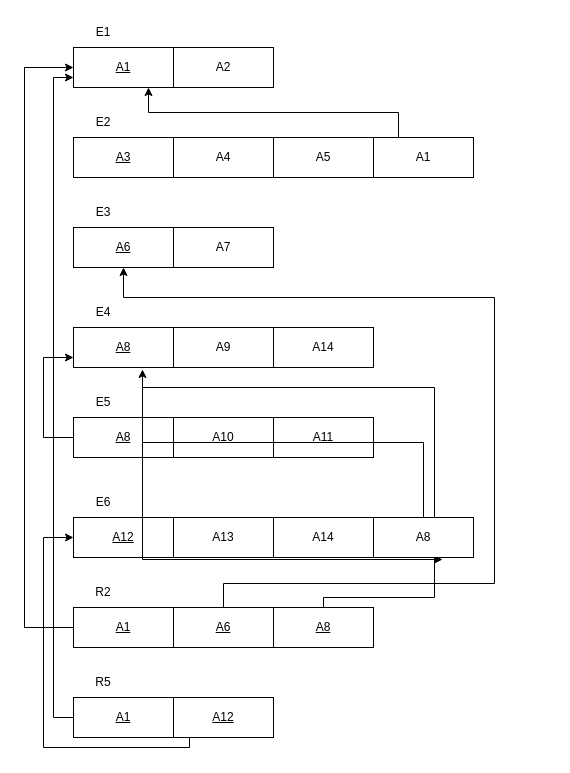
The draw.io diagram COMP9331/ass2.drawio in haoransshr/draw.io, before the edit. Source tidied: cells renumbered, new cells numbered last; positions are measured from the earlier drawing's top-left corner, leaving out a move shared by most shapes. Both pictures are drawn from the tidied source at 100%, with x=0, y=0 at pixel (24, 17).
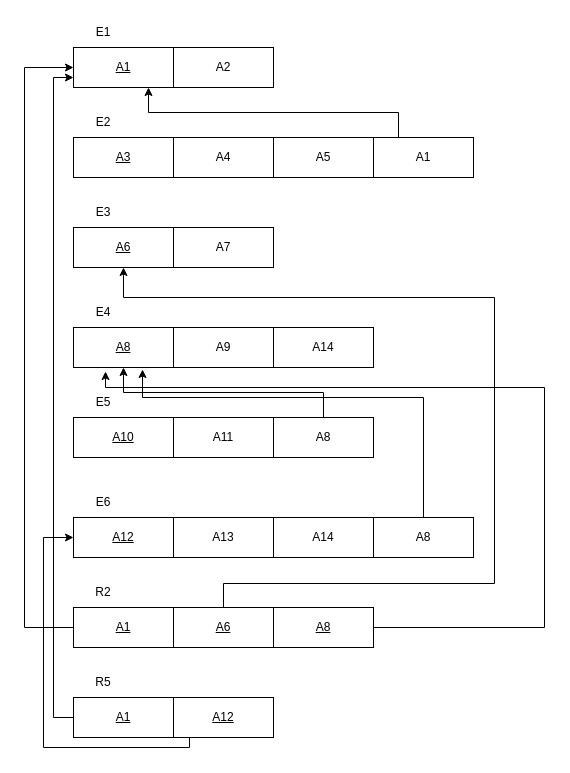
Above is the later version.

The change refers to these unchanged cells:
```xml
<mxCell id="9" value="A8" style="whiteSpace=wrap;html=1;align=center;fontStyle=4;" parent="1" vertex="1">
  <mxGeometry x="49" y="310" width="100" height="40" as="geometry" />
</mxCell>
<mxCell id="29" value="A8" style="whiteSpace=wrap;html=1;align=center;fontStyle=4;" parent="1" vertex="1">
  <mxGeometry x="249" y="590" width="100" height="40" as="geometry" />
</mxCell>
<mxCell id="40" value="A8" style="whiteSpace=wrap;html=1;align=center;" parent="1" vertex="1">
  <mxGeometry x="349" y="500" width="100" height="40" as="geometry" />
</mxCell>
```

The edit, as a diff of the source:
```diff
@@
-    <mxCell id="11" style="edgeStyle=orthogonalEdgeStyle;rounded=0;jettySize=auto;html=1;exitX=0;exitY=0.5;exitDx=0;exitDy=0;entryX=0;entryY=0.75;entryDx=0;entryDy=0;" parent="1" edge="1" source="12" target="9">
-      <mxGeometry relative="1" as="geometry">
-        <Array as="points">
-          <mxPoint x="19" y="420" />
-          <mxPoint x="19" y="340" />
-        </Array>
-      </mxGeometry>
-    </mxCell>
-    <mxCell id="12" value="A8" style="whiteSpace=wrap;html=1;align=center;fontStyle=4;" parent="1" vertex="1">
+    <mxCell id="12" value="A10" style="whiteSpace=wrap;html=1;align=center;fontStyle=4;" parent="1" vertex="1">
       <mxGeometry x="49" y="400" width="100" height="40" as="geometry" />
     </mxCell>
-    <mxCell id="13" value="A10" style="whiteSpace=wrap;html=1;align=center;fontStyle=4;" parent="1" vertex="1">
+    <mxCell id="13" value="A11" style="whiteSpace=wrap;html=1;align=center;fontStyle=0;" parent="1" vertex="1">
       <mxGeometry x="149" y="400" width="100" height="40" as="geometry" />
     </mxCell>
@@
+    <mxCell id="41" style="edgeStyle=orthogonalEdgeStyle;rounded=0;jettySize=auto;html=1;exitX=0.5;exitY=0;exitDx=0;exitDy=0;entryX=0.5;entryY=1;entryDx=0;entryDy=0;" parent="1" edge="1" source="16" target="9">
+      <mxGeometry relative="1" as="geometry" />
+    </mxCell>
-    <mxCell id="16" value="A11" style="whiteSpace=wrap;html=1;align=center;" parent="1" vertex="1">
+    <mxCell id="16" value="A8" style="whiteSpace=wrap;html=1;align=center;" parent="1" vertex="1">
       <mxGeometry x="249" y="400" width="100" height="40" as="geometry" />
     </mxCell>
@@
     <mxCell id="28" style="edgeStyle=orthogonalEdgeStyle;rounded=0;jettySize=auto;html=1;exitX=0.5;exitY=0;exitDx=0;exitDy=0;entryX=0.69;entryY=1.05;entryDx=0;entryDy=0;entryPerimeter=0;" parent="1" edge="1" source="40" target="9">
-      <mxGeometry relative="1" as="geometry" />
+      <mxGeometry relative="1" as="geometry">
+        <Array as="points">
+          <mxPoint x="399" y="380" />
+          <mxPoint x="118" y="380" />
+        </Array>
+      </mxGeometry>
     </mxCell>
+    <mxCell id="42" style="edgeStyle=orthogonalEdgeStyle;rounded=0;jettySize=auto;html=1;exitX=1;exitY=0.5;exitDx=0;exitDy=0;entryX=0.32;entryY=1.1;entryDx=0;entryDy=0;entryPerimeter=0;" parent="1" edge="1" source="29" target="9">
+      <mxGeometry relative="1" as="geometry">
+        <Array as="points">
+          <mxPoint x="520" y="610" />
+          <mxPoint x="520" y="370" />
+          <mxPoint x="81" y="370" />
+        </Array>
+      </mxGeometry>
+    </mxCell>
@@
-    <mxCell id="39" style="edgeStyle=orthogonalEdgeStyle;rounded=0;jettySize=auto;html=1;exitX=0.5;exitY=0;exitDx=0;exitDy=0;entryX=0.69;entryY=1.05;entryDx=0;entryDy=0;entryPerimeter=0;" parent="1" edge="1" source="29" target="40">
-      <mxGeometry relative="1" as="geometry">
-        <Array as="points">
-          <mxPoint x="299" y="580" />
-          <mxPoint x="410" y="580" />
-          <mxPoint x="410" y="370" />
-          <mxPoint x="118" y="370" />
-        </Array>
-      </mxGeometry>
-    </mxCell>
```
